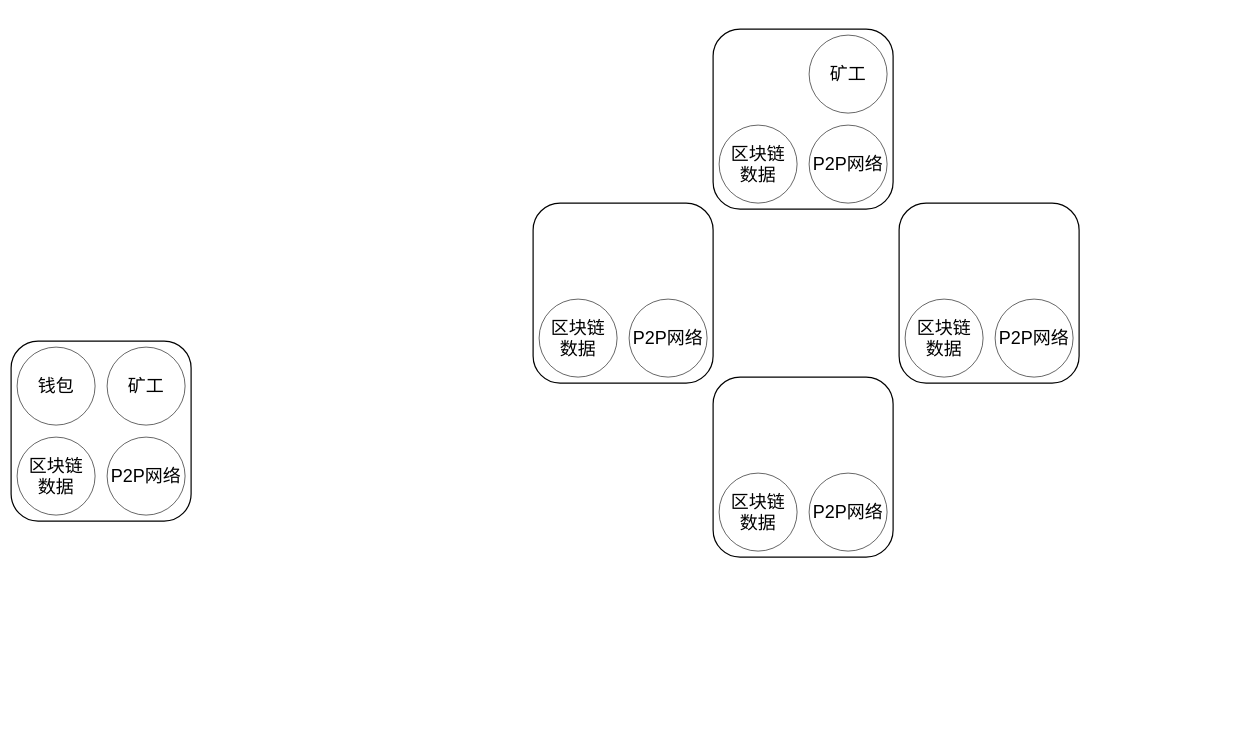
Earlier version of the draw.io diagram node.drawio (liugangjian/BTCWallet). Source tidied: cells renumbered, new cells numbered last; positions are measured from the earlier drawing's top-left corner, leaving out a move shared by most shapes. Both pictures are drawn from the tidied source at 60%, with x=0, y=0 at pixel (11, 29).
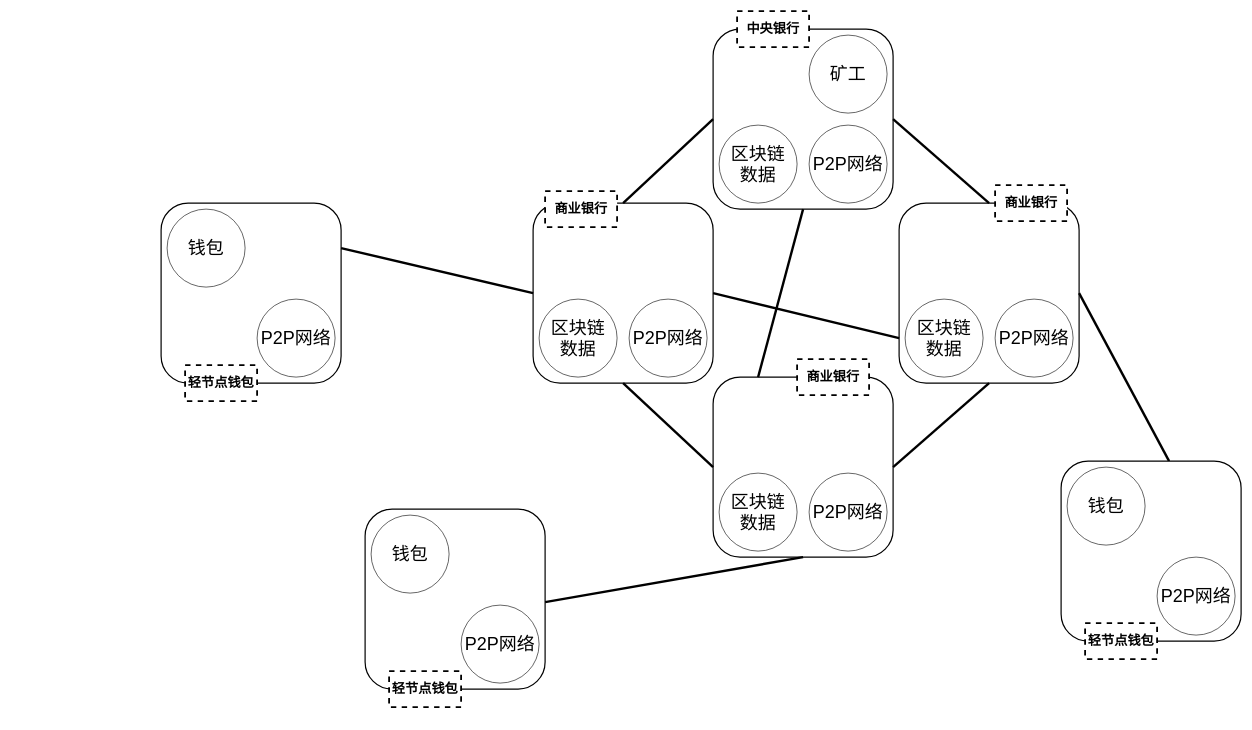
The same diagram, later.

Unchanged cells that the change refers to:
```xml
<mxCell id="8" style="group;" parent="1" vertex="1">
  <mxGeometry x="1170" width="300" height="300" as="geometry" />
</mxCell>
<mxCell id="9" style="rounded=1;whiteSpace=wrap;html=1;strokeWidth=2;" parent="8" vertex="1">
  <mxGeometry width="300" height="300" as="geometry" />
</mxCell>
<mxCell id="14" style="rounded=1;whiteSpace=wrap;html=1;strokeWidth=2;" parent="13" vertex="1">
  <mxGeometry width="300" height="300" as="geometry" />
</mxCell>
<mxCell id="18" style="rounded=1;whiteSpace=wrap;html=1;strokeWidth=2;" parent="17" vertex="1">
  <mxGeometry width="300" height="300" as="geometry" />
</mxCell>
<mxCell id="21" style="group;" parent="1" vertex="1">
  <mxGeometry x="1480" y="290" width="300" height="300" as="geometry" />
</mxCell>
<mxCell id="22" style="rounded=1;whiteSpace=wrap;html=1;strokeWidth=2;" parent="21" vertex="1">
  <mxGeometry width="300" height="300" as="geometry" />
</mxCell>
```

Change to the diagram source:
```diff
@@
-    <mxCell id="2" style="group;" parent="1" vertex="1">
-      <mxGeometry y="520" width="300" height="300" as="geometry" />
-    </mxCell>
-    <mxCell id="3" style="rounded=1;whiteSpace=wrap;html=1;strokeWidth=2;" parent="2" vertex="1">
-      <mxGeometry width="300" height="300" as="geometry" />
-    </mxCell>
-    <mxCell id="4" value="&lt;font style=&quot;font-size: 30px&quot;&gt;钱包&lt;/font&gt;" style="ellipse;whiteSpace=wrap;html=1;" parent="2" vertex="1">
-      <mxGeometry x="10" y="10" width="130" height="130" as="geometry" />
-    </mxCell>
-    <mxCell id="5" value="&lt;font style=&quot;font-size: 30px&quot;&gt;区块链&lt;br&gt;数据&lt;/font&gt;" style="ellipse;whiteSpace=wrap;html=1;" parent="2" vertex="1">
-      <mxGeometry x="10" y="160" width="130" height="130" as="geometry" />
-    </mxCell>
-    <mxCell id="6" value="&lt;font style=&quot;font-size: 30px&quot;&gt;矿工&lt;/font&gt;" style="ellipse;whiteSpace=wrap;html=1;" parent="2" vertex="1">
-      <mxGeometry x="160" y="10" width="130" height="130" as="geometry" />
-    </mxCell>
-    <mxCell id="7" value="&lt;font style=&quot;font-size: 30px&quot;&gt;P2P网络&lt;/font&gt;" style="ellipse;whiteSpace=wrap;html=1;" parent="2" vertex="1">
-      <mxGeometry x="160" y="160" width="130" height="130" as="geometry" />
-    </mxCell>
@@
+    <mxCell id="25" value="&lt;font style=&quot;font-size: 22px&quot;&gt;&lt;b&gt;中央银行&lt;/b&gt;&lt;/font&gt;" style="rounded=0;whiteSpace=wrap;html=1;shadow=0;glass=0;sketch=0;strokeWidth=3;dashed=1;" parent="8" vertex="1">
+      <mxGeometry x="40" y="-30" width="120" height="60" as="geometry" />
+    </mxCell>
@@
     <mxCell id="17" style="group;" parent="1" vertex="1">
-      <mxGeometry x="1170" y="580" width="300" height="300" as="geometry" />
+      <mxGeometry x="1170" y="580" width="310" height="300" as="geometry" />
     </mxCell>
@@
+    <mxCell id="26" value="&lt;font style=&quot;font-size: 22px&quot;&gt;&lt;b&gt;商业银行&lt;/b&gt;&lt;/font&gt;" style="rounded=0;whiteSpace=wrap;html=1;shadow=0;glass=0;sketch=0;strokeWidth=3;dashed=1;" parent="17" vertex="1">
+      <mxGeometry x="140" y="-30" width="120" height="60" as="geometry" />
+    </mxCell>
@@
+    <mxCell id="27" value="&lt;font style=&quot;font-size: 22px&quot;&gt;&lt;b&gt;商业银行&lt;/b&gt;&lt;/font&gt;" style="rounded=0;whiteSpace=wrap;html=1;shadow=0;glass=0;sketch=0;strokeWidth=3;dashed=1;" parent="21" vertex="1">
+      <mxGeometry x="160" y="-30" width="120" height="60" as="geometry" />
+    </mxCell>
+    <mxCell id="28" style="edgeStyle=none;rounded=0;jettySize=auto;html=1;exitX=0;exitY=0.5;exitDx=0;exitDy=0;entryX=0.5;entryY=0;entryDx=0;entryDy=0;endArrow=none;endFill=0;strokeWidth=4;" parent="1" edge="1" source="9" target="14">
+      <mxGeometry relative="1" as="geometry" />
+    </mxCell>
+    <mxCell id="29" style="edgeStyle=none;rounded=0;jettySize=auto;html=1;exitX=0.5;exitY=1;exitDx=0;exitDy=0;entryX=0.25;entryY=0;entryDx=0;entryDy=0;endArrow=none;endFill=0;strokeWidth=4;" parent="1" edge="1" source="9" target="18">
+      <mxGeometry relative="1" as="geometry" />
+    </mxCell>
+    <mxCell id="30" style="edgeStyle=none;rounded=0;jettySize=auto;html=1;exitX=1;exitY=0.5;exitDx=0;exitDy=0;entryX=0.5;entryY=0;entryDx=0;entryDy=0;endArrow=none;endFill=0;strokeWidth=4;" parent="1" edge="1" source="9" target="22">
+      <mxGeometry relative="1" as="geometry" />
+    </mxCell>
+    <mxCell id="31" style="edgeStyle=none;rounded=0;jettySize=auto;html=1;exitX=0.5;exitY=1;exitDx=0;exitDy=0;entryX=0;entryY=0.5;entryDx=0;entryDy=0;endArrow=none;endFill=0;strokeWidth=4;" parent="1" edge="1" source="14" target="18">
+      <mxGeometry relative="1" as="geometry" />
+    </mxCell>
+    <mxCell id="32" style="edgeStyle=none;rounded=0;jettySize=auto;html=1;exitX=1;exitY=0.5;exitDx=0;exitDy=0;entryX=0.5;entryY=1;entryDx=0;entryDy=0;endArrow=none;endFill=0;strokeWidth=4;" parent="1" edge="1" source="18" target="22">
+      <mxGeometry relative="1" as="geometry" />
+    </mxCell>
+    <mxCell id="33" style="edgeStyle=none;rounded=0;jettySize=auto;html=1;exitX=1;exitY=0.5;exitDx=0;exitDy=0;endArrow=none;endFill=0;strokeWidth=4;entryX=0;entryY=0.75;entryDx=0;entryDy=0;" parent="1" edge="1" source="14" target="22">
+      <mxGeometry relative="1" as="geometry" />
+    </mxCell>
+    <mxCell id="34" style="group;shadow=0;sketch=0;glass=0;" parent="1" vertex="1">
+      <mxGeometry x="250" y="290" width="300" height="350" as="geometry" />
+    </mxCell>
+    <mxCell id="35" style="rounded=1;whiteSpace=wrap;html=1;strokeWidth=2;glass=0;" parent="34" vertex="1">
+      <mxGeometry width="300" height="300" as="geometry" />
+    </mxCell>
+    <mxCell id="36" value="&lt;font style=&quot;font-size: 30px&quot;&gt;钱包&lt;/font&gt;" style="ellipse;whiteSpace=wrap;html=1;" parent="34" vertex="1">
+      <mxGeometry x="10" y="10" width="130" height="130" as="geometry" />
+    </mxCell>
+    <mxCell id="37" value="&lt;font style=&quot;font-size: 30px&quot;&gt;P2P网络&lt;/font&gt;" style="ellipse;whiteSpace=wrap;html=1;" parent="34" vertex="1">
+      <mxGeometry x="160" y="160" width="130" height="130" as="geometry" />
+    </mxCell>
+    <mxCell id="38" value="&lt;font style=&quot;font-size: 22px&quot;&gt;&lt;b&gt;轻节点钱包&lt;/b&gt;&lt;/font&gt;" style="rounded=0;whiteSpace=wrap;html=1;shadow=0;glass=0;sketch=0;strokeWidth=3;dashed=1;" parent="34" vertex="1">
+      <mxGeometry x="40" y="270" width="120" height="60" as="geometry" />
+    </mxCell>
+    <mxCell id="39" style="edgeStyle=none;rounded=0;jettySize=auto;html=1;exitX=1;exitY=0.25;exitDx=0;exitDy=0;entryX=0;entryY=0.5;entryDx=0;entryDy=0;endArrow=none;endFill=0;strokeWidth=4;" parent="1" edge="1" source="35" target="14">
+      <mxGeometry relative="1" as="geometry" />
+    </mxCell>
+    <mxCell id="40" style="edgeStyle=none;rounded=0;jettySize=auto;html=1;exitX=1;exitY=0.75;exitDx=0;exitDy=0;entryX=0.5;entryY=1;entryDx=0;entryDy=0;endArrow=none;endFill=0;strokeWidth=4;" parent="1" edge="1" target="18">
+      <mxGeometry relative="1" as="geometry">
+        <mxPoint x="890" y="955" as="sourcePoint" />
+      </mxGeometry>
+    </mxCell>
+    <mxCell id="41" style="edgeStyle=none;rounded=0;jettySize=auto;html=1;exitX=0.5;exitY=0;exitDx=0;exitDy=0;entryX=1;entryY=0.5;entryDx=0;entryDy=0;endArrow=none;endFill=0;strokeWidth=4;" parent="1" edge="1" target="22">
+      <mxGeometry relative="1" as="geometry">
+        <mxPoint x="1930" y="720" as="sourcePoint" />
+      </mxGeometry>
+    </mxCell>
+    <mxCell id="42" style="group;shadow=0;sketch=0;glass=0;" parent="1" vertex="1">
+      <mxGeometry x="590" y="800" width="300" height="350" as="geometry" />
+    </mxCell>
+    <mxCell id="43" style="rounded=1;whiteSpace=wrap;html=1;strokeWidth=2;glass=0;" parent="42" vertex="1">
+      <mxGeometry width="300" height="300" as="geometry" />
+    </mxCell>
+    <mxCell id="44" value="&lt;font style=&quot;font-size: 30px&quot;&gt;钱包&lt;/font&gt;" style="ellipse;whiteSpace=wrap;html=1;" parent="42" vertex="1">
+      <mxGeometry x="10" y="10" width="130" height="130" as="geometry" />
+    </mxCell>
+    <mxCell id="45" value="&lt;font style=&quot;font-size: 30px&quot;&gt;P2P网络&lt;/font&gt;" style="ellipse;whiteSpace=wrap;html=1;" parent="42" vertex="1">
+      <mxGeometry x="160" y="160" width="130" height="130" as="geometry" />
+    </mxCell>
+    <mxCell id="46" value="&lt;font style=&quot;font-size: 22px&quot;&gt;&lt;b&gt;轻节点钱包&lt;/b&gt;&lt;/font&gt;" style="rounded=0;whiteSpace=wrap;html=1;shadow=0;glass=0;sketch=0;strokeWidth=3;dashed=1;" parent="42" vertex="1">
+      <mxGeometry x="40" y="270" width="120" height="60" as="geometry" />
+    </mxCell>
+    <mxCell id="47" style="group;shadow=0;sketch=0;glass=0;" parent="1" vertex="1">
+      <mxGeometry x="1750" y="720" width="300" height="350" as="geometry" />
+    </mxCell>
+    <mxCell id="48" style="rounded=1;whiteSpace=wrap;html=1;strokeWidth=2;glass=0;" parent="47" vertex="1">
+      <mxGeometry width="300" height="300" as="geometry" />
+    </mxCell>
+    <mxCell id="49" value="&lt;font style=&quot;font-size: 30px&quot;&gt;钱包&lt;/font&gt;" style="ellipse;whiteSpace=wrap;html=1;" parent="47" vertex="1">
+      <mxGeometry x="10" y="10" width="130" height="130" as="geometry" />
+    </mxCell>
+    <mxCell id="50" value="&lt;font style=&quot;font-size: 30px&quot;&gt;P2P网络&lt;/font&gt;" style="ellipse;whiteSpace=wrap;html=1;" parent="47" vertex="1">
+      <mxGeometry x="160" y="160" width="130" height="130" as="geometry" />
+    </mxCell>
+    <mxCell id="51" value="&lt;font style=&quot;font-size: 22px&quot;&gt;&lt;b&gt;轻节点钱包&lt;/b&gt;&lt;/font&gt;" style="rounded=0;whiteSpace=wrap;html=1;shadow=0;glass=0;sketch=0;strokeWidth=3;dashed=1;" parent="47" vertex="1">
+      <mxGeometry x="40" y="270" width="120" height="60" as="geometry" />
+    </mxCell>
+    <mxCell id="52" value="&lt;font style=&quot;font-size: 22px&quot;&gt;&lt;b&gt;商业银行&lt;/b&gt;&lt;/font&gt;" style="rounded=0;whiteSpace=wrap;html=1;shadow=0;glass=0;sketch=0;strokeWidth=3;dashed=1;" parent="1" vertex="1">
+      <mxGeometry x="890" y="270" width="120" height="60" as="geometry" />
+    </mxCell>
```
